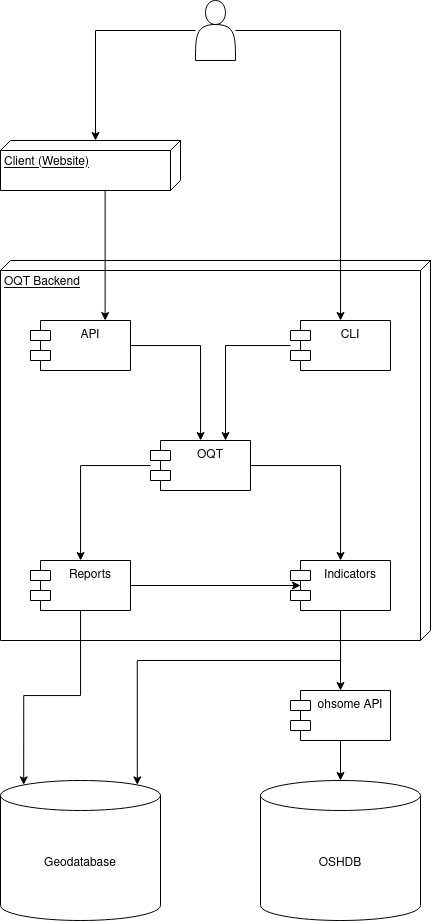
This is docs/UML-Component-Diagram.png from GIScience/ohsome-quality-api, a draw.io export, as it was before one commit. Source tidied: cells renumbered, new cells last; positions are measured from the earlier drawing's top-left corner, leaving out a move shared by most shapes.
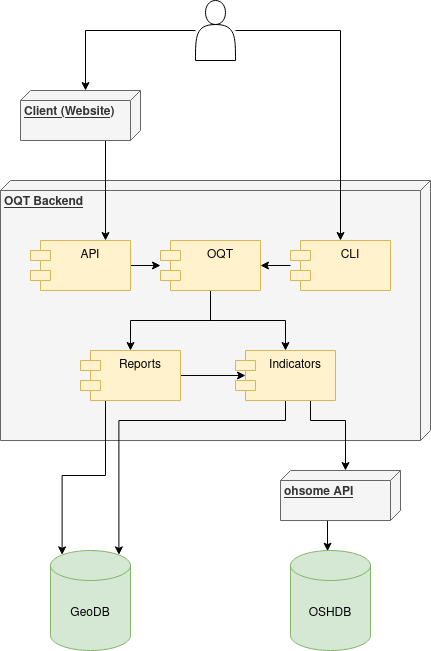
After the commit.

Commit message:
Make diagram more readable

Diff of the diagram source:
```diff
@@ -2,54 +2,59 @@
   <root>
     <mxCell id="0" />
     <mxCell id="1" parent="0" />
-    <mxCell id="2" value="OQT Backend" style="verticalAlign=top;align=left;spacingTop=8;spacingLeft=2;spacingRight=12;shape=cube;size=10;direction=south;fontStyle=4;html=1;" parent="1" vertex="1">
-      <mxGeometry y="260" width="430" height="380" as="geometry" />
+    <mxCell id="2" value="&lt;b&gt;OQT Backend&lt;/b&gt;" style="verticalAlign=top;align=left;spacingTop=8;spacingLeft=2;spacingRight=12;shape=cube;size=10;direction=south;fontStyle=4;html=1;fillColor=#f5f5f5;strokeColor=#666666;fontColor=#333333;" parent="1" vertex="1">
+      <mxGeometry y="180" width="430" height="260" as="geometry" />
     </mxCell>
     <mxCell id="3" style="edgeStyle=orthogonalEdgeStyle;rounded=0;jettySize=auto;html=1;" parent="1" edge="1" source="4" target="7">
       <mxGeometry relative="1" as="geometry" />
     </mxCell>
-    <mxCell id="4" value="API" style="shape=module;align=left;spacingLeft=20;align=center;verticalAlign=top;" parent="1" vertex="1">
-      <mxGeometry x="30" y="320" width="100" height="50" as="geometry" />
+    <mxCell id="4" value="API" style="shape=module;align=left;spacingLeft=20;align=center;verticalAlign=top;fillColor=#fff2cc;strokeColor=#d6b656;" parent="1" vertex="1">
+      <mxGeometry x="30" y="240" width="100" height="50" as="geometry" />
     </mxCell>
-    <mxCell id="5" style="edgeStyle=orthogonalEdgeStyle;rounded=0;jettySize=auto;html=1;" parent="1" edge="1" source="7" target="12">
+    <mxCell id="5" style="edgeStyle=orthogonalEdgeStyle;rounded=0;jettySize=auto;html=1;exitX=0.5;exitY=1;exitDx=0;exitDy=0;entryX=0.5;entryY=0;entryDx=0;entryDy=0;" parent="1" edge="1" source="7" target="12">
       <mxGeometry relative="1" as="geometry" />
     </mxCell>
-    <mxCell id="6" style="edgeStyle=orthogonalEdgeStyle;rounded=0;jettySize=auto;html=1;" parent="1" edge="1" source="7" target="15">
+    <mxCell id="6" style="edgeStyle=orthogonalEdgeStyle;rounded=0;jettySize=auto;html=1;exitX=0.5;exitY=1;exitDx=0;exitDy=0;" parent="1" edge="1" source="7" target="15">
       <mxGeometry relative="1" as="geometry" />
     </mxCell>
-    <mxCell id="7" value="OQT" style="shape=module;align=left;spacingLeft=20;align=center;verticalAlign=top;" parent="1" vertex="1">
-      <mxGeometry x="150" y="440" width="100" height="50" as="geometry" />
+    <mxCell id="7" value="OQT" style="shape=module;align=left;spacingLeft=20;align=center;verticalAlign=top;fillColor=#fff2cc;strokeColor=#d6b656;" parent="1" vertex="1">
+      <mxGeometry x="160" y="240" width="100" height="50" as="geometry" />
     </mxCell>
-    <mxCell id="8" style="edgeStyle=orthogonalEdgeStyle;rounded=0;jettySize=auto;html=1;entryX=0.75;entryY=0;entryDx=0;entryDy=0;" parent="1" edge="1" source="9" target="7">
+    <mxCell id="8" style="edgeStyle=orthogonalEdgeStyle;rounded=0;jettySize=auto;html=1;entryX=1;entryY=0.5;entryDx=0;entryDy=0;" parent="1" edge="1" source="9" target="7">
       <mxGeometry relative="1" as="geometry" />
     </mxCell>
-    <mxCell id="9" value="CLI" style="shape=module;align=left;spacingLeft=20;align=center;verticalAlign=top;" parent="1" vertex="1">
-      <mxGeometry x="290" y="320" width="100" height="50" as="geometry" />
+    <mxCell id="9" value="CLI" style="shape=module;align=left;spacingLeft=20;align=center;verticalAlign=top;fillColor=#fff2cc;strokeColor=#d6b656;" parent="1" vertex="1">
+      <mxGeometry x="290" y="240" width="100" height="50" as="geometry" />
     </mxCell>
-    <mxCell id="10" style="edgeStyle=orthogonalEdgeStyle;rounded=0;jettySize=auto;html=1;entryX=0.145;entryY=0;entryDx=0;entryDy=4.35;entryPerimeter=0;" parent="1" edge="1" source="12" target="21">
-      <mxGeometry relative="1" as="geometry" />
-    </mxCell>
     <mxCell id="11" style="edgeStyle=orthogonalEdgeStyle;rounded=0;jettySize=auto;html=1;entryX=0.1;entryY=0.5;entryDx=0;entryDy=0;entryPerimeter=0;" parent="1" edge="1" source="12" target="15">
       <mxGeometry relative="1" as="geometry" />
     </mxCell>
+    <mxCell id="25" style="edgeStyle=orthogonalEdgeStyle;rounded=0;jettySize=auto;html=1;exitX=0.25;exitY=1;exitDx=0;exitDy=0;entryX=0.145;entryY=0;entryDx=0;entryDy=4.35;entryPerimeter=0;" parent="1" edge="1" source="12" target="27">
+      <mxGeometry relative="1" as="geometry" />
+    </mxCell>
-    <mxCell id="12" value="Reports" style="shape=module;align=left;spacingLeft=20;align=center;verticalAlign=top;" parent="1" vertex="1">
-      <mxGeometry x="30" y="560" width="100" height="50" as="geometry" />
+    <mxCell id="12" value="Reports" style="shape=module;align=left;spacingLeft=20;align=center;verticalAlign=top;fillColor=#fff2cc;strokeColor=#d6b656;" parent="1" vertex="1">
+      <mxGeometry x="80" y="350" width="100" height="50" as="geometry" />
     </mxCell>
-    <mxCell id="13" style="edgeStyle=orthogonalEdgeStyle;rounded=0;jettySize=auto;html=1;" parent="1" edge="1" source="15" target="24">
-      <mxGeometry relative="1" as="geometry" />
+    <mxCell id="13" style="edgeStyle=orthogonalEdgeStyle;rounded=0;jettySize=auto;html=1;entryX=0;entryY=0;entryDx=0;entryDy=55;entryPerimeter=0;exitX=0.75;exitY=1;exitDx=0;exitDy=0;" parent="1" edge="1" source="15" target="24">
+      <mxGeometry relative="1" as="geometry">
+        <Array as="points">
+          <mxPoint x="310" y="420" />
+          <mxPoint x="345" y="420" />
+        </Array>
+      </mxGeometry>
     </mxCell>
-    <mxCell id="14" style="edgeStyle=orthogonalEdgeStyle;rounded=0;jettySize=auto;html=1;entryX=0.855;entryY=0;entryDx=0;entryDy=4.35;entryPerimeter=0;" parent="1" edge="1" source="15" target="21">
-      <mxGeometry relative="1" as="geometry">
-        <Array as="points">
-          <mxPoint x="340" y="660" />
-          <mxPoint x="137" y="660" />
-        </Array>
-      </mxGeometry>
-    </mxCell>
+    <mxCell id="26" style="edgeStyle=orthogonalEdgeStyle;rounded=0;jettySize=auto;html=1;exitX=0.5;exitY=1;exitDx=0;exitDy=0;entryX=0.855;entryY=0;entryDx=0;entryDy=4.35;entryPerimeter=0;" parent="1" edge="1" source="15" target="27">
+      <mxGeometry relative="1" as="geometry">
+        <Array as="points">
+          <mxPoint x="285" y="420" />
+          <mxPoint x="118" y="420" />
+        </Array>
+      </mxGeometry>
+    </mxCell>
-    <mxCell id="15" value="Indicators" style="shape=module;align=left;spacingLeft=20;align=center;verticalAlign=top;" parent="1" vertex="1">
-      <mxGeometry x="290" y="560" width="100" height="50" as="geometry" />
+    <mxCell id="15" value="Indicators" style="shape=module;align=left;spacingLeft=20;align=center;verticalAlign=top;fillColor=#fff2cc;strokeColor=#d6b656;" parent="1" vertex="1">
+      <mxGeometry x="235" y="350" width="100" height="50" as="geometry" />
     </mxCell>
-    <mxCell id="16" style="edgeStyle=orthogonalEdgeStyle;rounded=0;jettySize=auto;html=1;entryX=0;entryY=0;entryDx=0;entryDy=85;entryPerimeter=0;" parent="1" edge="1" source="18" target="20">
+    <mxCell id="16" style="edgeStyle=orthogonalEdgeStyle;rounded=0;jettySize=auto;html=1;entryX=0;entryY=0;entryDx=0;entryDy=55;entryPerimeter=0;" parent="1" edge="1" source="18" target="20">
       <mxGeometry relative="1" as="geometry" />
     </mxCell>
     <mxCell id="17" style="edgeStyle=orthogonalEdgeStyle;rounded=0;jettySize=auto;html=1;" parent="1" edge="1" source="18" target="9">
@@ -61,20 +66,20 @@
     <mxCell id="19" style="rounded=0;jettySize=auto;html=1;entryX=0.75;entryY=0;entryDx=0;entryDy=0;edgeStyle=elbowEdgeStyle;" parent="1" edge="1" source="20" target="4">
       <mxGeometry relative="1" as="geometry" />
     </mxCell>
-    <mxCell id="20" value="Client (Website)" style="verticalAlign=top;align=left;spacingTop=8;spacingLeft=2;spacingRight=12;shape=cube;size=10;direction=south;fontStyle=4;html=1;" parent="1" vertex="1">
-      <mxGeometry y="140" width="180" height="50" as="geometry" />
+    <mxCell id="20" value="&lt;b&gt;Client (Website)&lt;/b&gt;" style="verticalAlign=top;align=left;spacingTop=8;spacingLeft=2;spacingRight=12;shape=cube;size=10;direction=south;fontStyle=4;html=1;fillColor=#f5f5f5;strokeColor=#666666;fontColor=#333333;" parent="1" vertex="1">
+      <mxGeometry x="20" y="90" width="120" height="50" as="geometry" />
     </mxCell>
-    <mxCell id="21" value="Geodatabase" style="shape=cylinder3;whiteSpace=wrap;html=1;boundedLbl=1;backgroundOutline=1;size=15;strokeColor=#000000;fillColor=#ffffff;" parent="1" vertex="1">
-      <mxGeometry y="780" width="160" height="140" as="geometry" />
-    </mxCell>
-    <mxCell id="22" value="OSHDB" style="shape=cylinder3;whiteSpace=wrap;html=1;boundedLbl=1;backgroundOutline=1;size=15;strokeColor=#000000;fillColor=#ffffff;" parent="1" vertex="1">
-      <mxGeometry x="260" y="780" width="160" height="140" as="geometry" />
+    <mxCell id="22" value="OSHDB" style="shape=cylinder3;whiteSpace=wrap;html=1;boundedLbl=1;backgroundOutline=1;size=15;strokeColor=#82b366;fillColor=#d5e8d4;" parent="1" vertex="1">
+      <mxGeometry x="290" y="550" width="80" height="100" as="geometry" />
     </mxCell>
-    <mxCell id="23" style="edgeStyle=orthogonalEdgeStyle;rounded=0;jettySize=auto;html=1;" parent="1" edge="1" source="24" target="22">
+    <mxCell id="23" style="edgeStyle=orthogonalEdgeStyle;rounded=0;jettySize=auto;html=1;exitX=0;exitY=0;exitDx=50;exitDy=65;exitPerimeter=0;entryX=0.463;entryY=0.007;entryDx=0;entryDy=0;entryPerimeter=0;" parent="1" edge="1" source="24" target="22">
       <mxGeometry relative="1" as="geometry" />
     </mxCell>
-    <mxCell id="24" value="ohsome API" style="shape=module;align=left;spacingLeft=20;align=center;verticalAlign=top;strokeColor=#000000;fillColor=#ffffff;" parent="1" vertex="1">
-      <mxGeometry x="290" y="690" width="100" height="50" as="geometry" />
+    <mxCell id="24" value="&lt;b&gt;ohsome API&lt;/b&gt;" style="verticalAlign=top;align=left;spacingTop=8;spacingLeft=2;spacingRight=12;shape=cube;size=10;direction=south;fontStyle=4;html=1;fillColor=#f5f5f5;strokeColor=#666666;fontColor=#333333;" parent="1" vertex="1">
+      <mxGeometry x="280" y="470" width="120" height="50" as="geometry" />
     </mxCell>
+    <mxCell id="27" value="GeoDB" style="shape=cylinder3;whiteSpace=wrap;html=1;boundedLbl=1;backgroundOutline=1;size=15;strokeColor=#82b366;fillColor=#d5e8d4;" parent="1" vertex="1">
+      <mxGeometry x="50" y="550" width="80" height="100" as="geometry" />
+    </mxCell>
   </root>
 </mxGraphModel>
```
